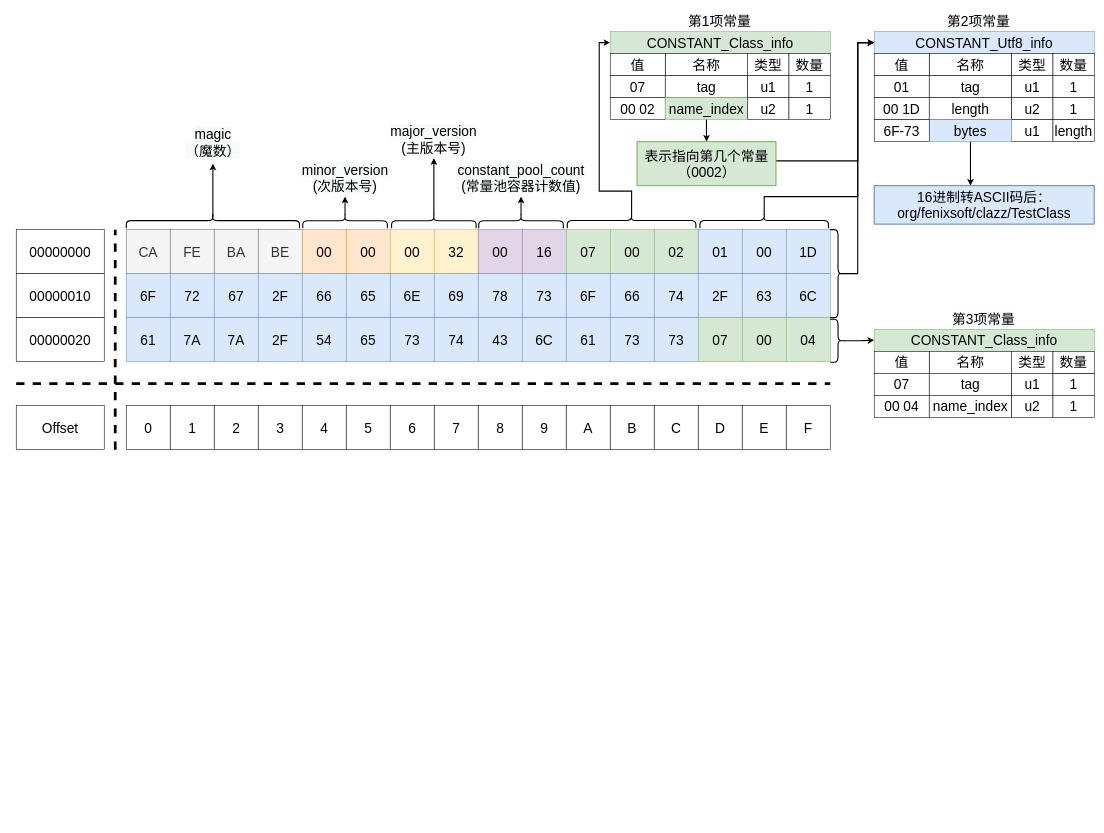
Before: 常量池/Untitled Diagram.drawio in zero-97/picture-of-the-article, a draw.io diagram. Source tidied: cells renumbered, new cells numbered last; positions are measured from the earlier drawing's top-left corner, leaving out a move shared by most shapes. Both pictures are drawn from the tidied source at 55%, with x=0, y=0 at pixel (16, 9).
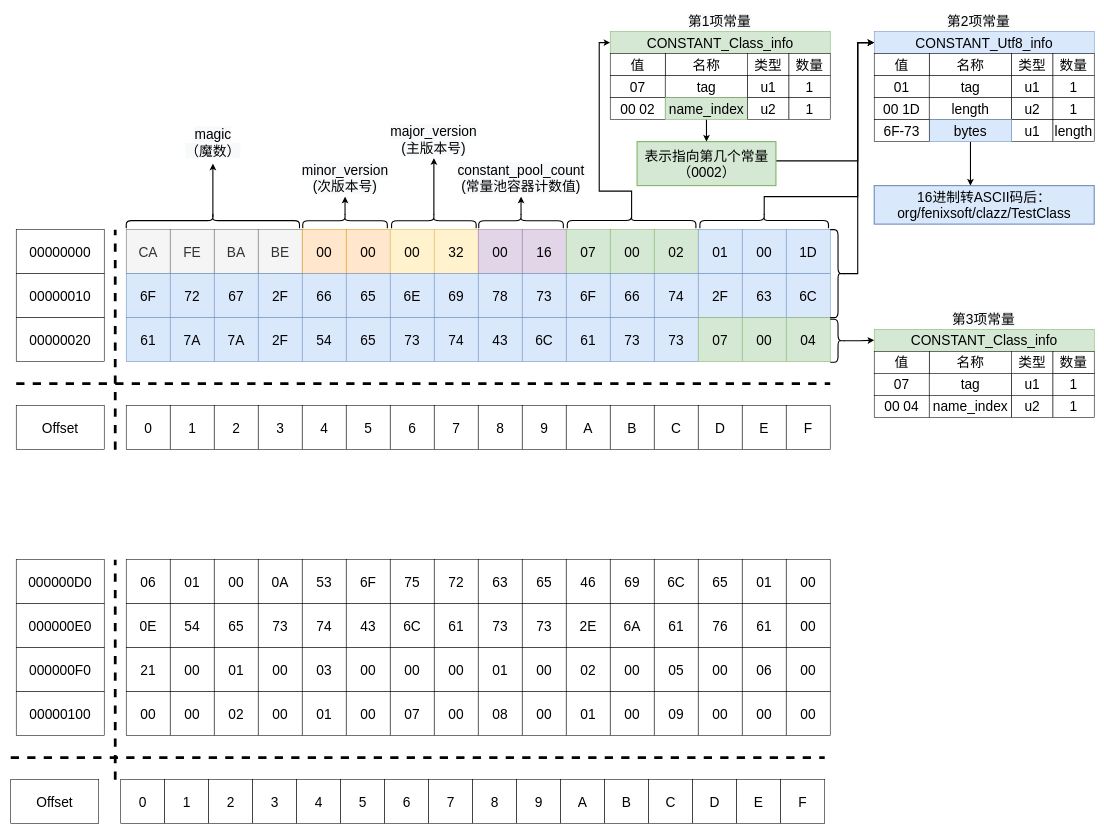
Above is the later version.

Diff of the diagram source:
```diff
@@
+    <mxCell id="157" value="06" style="whiteSpace=wrap;html=1;fontSize=25;" parent="1" vertex="1">
+      <mxGeometry x="200" y="1000" width="80" height="80" as="geometry" />
+    </mxCell>
+    <mxCell id="158" value="01" style="whiteSpace=wrap;html=1;fontSize=25;" parent="1" vertex="1">
+      <mxGeometry x="280" y="1000" width="80" height="80" as="geometry" />
+    </mxCell>
+    <mxCell id="159" value="00" style="whiteSpace=wrap;html=1;fontSize=25;" parent="1" vertex="1">
+      <mxGeometry x="360" y="1000" width="80" height="80" as="geometry" />
+    </mxCell>
+    <mxCell id="160" value="0A" style="whiteSpace=wrap;html=1;fontSize=25;" parent="1" vertex="1">
+      <mxGeometry x="440" y="1000" width="80" height="80" as="geometry" />
+    </mxCell>
+    <mxCell id="161" value="53" style="whiteSpace=wrap;html=1;fontSize=25;" parent="1" vertex="1">
+      <mxGeometry x="520" y="1000" width="80" height="80" as="geometry" />
+    </mxCell>
+    <mxCell id="162" value="6F" style="whiteSpace=wrap;html=1;fontSize=25;" parent="1" vertex="1">
+      <mxGeometry x="600" y="1000" width="80" height="80" as="geometry" />
+    </mxCell>
+    <mxCell id="163" value="75" style="whiteSpace=wrap;html=1;fontSize=25;" parent="1" vertex="1">
+      <mxGeometry x="680" y="1000" width="80" height="80" as="geometry" />
+    </mxCell>
+    <mxCell id="164" value="72" style="whiteSpace=wrap;html=1;fontSize=25;" parent="1" vertex="1">
+      <mxGeometry x="760" y="1000" width="80" height="80" as="geometry" />
+    </mxCell>
+    <mxCell id="165" value="63" style="whiteSpace=wrap;html=1;fontSize=25;" parent="1" vertex="1">
+      <mxGeometry x="840" y="1000" width="80" height="80" as="geometry" />
+    </mxCell>
+    <mxCell id="166" value="65" style="whiteSpace=wrap;html=1;fontSize=25;" parent="1" vertex="1">
+      <mxGeometry x="920" y="1000" width="80" height="80" as="geometry" />
+    </mxCell>
+    <mxCell id="167" value="46" style="whiteSpace=wrap;html=1;fontSize=25;" parent="1" vertex="1">
+      <mxGeometry x="1000" y="1000" width="80" height="80" as="geometry" />
+    </mxCell>
+    <mxCell id="168" value="69" style="whiteSpace=wrap;html=1;fontSize=25;" parent="1" vertex="1">
+      <mxGeometry x="1080" y="1000" width="80" height="80" as="geometry" />
+    </mxCell>
+    <mxCell id="169" value="0E" style="whiteSpace=wrap;html=1;fontSize=25;" parent="1" vertex="1">
+      <mxGeometry x="200" y="1080" width="80" height="80" as="geometry" />
+    </mxCell>
+    <mxCell id="170" value="54" style="whiteSpace=wrap;html=1;fontSize=25;" parent="1" vertex="1">
+      <mxGeometry x="280" y="1080" width="80" height="80" as="geometry" />
+    </mxCell>
+    <mxCell id="171" value="65" style="whiteSpace=wrap;html=1;fontSize=25;" parent="1" vertex="1">
+      <mxGeometry x="360" y="1080" width="80" height="80" as="geometry" />
+    </mxCell>
+    <mxCell id="172" value="73" style="whiteSpace=wrap;html=1;fontSize=25;" parent="1" vertex="1">
+      <mxGeometry x="440" y="1080" width="80" height="80" as="geometry" />
+    </mxCell>
+    <mxCell id="173" value="74" style="whiteSpace=wrap;html=1;fontSize=25;" parent="1" vertex="1">
+      <mxGeometry x="520" y="1080" width="80" height="80" as="geometry" />
+    </mxCell>
+    <mxCell id="174" value="43" style="whiteSpace=wrap;html=1;fontSize=25;" parent="1" vertex="1">
+      <mxGeometry x="600" y="1080" width="80" height="80" as="geometry" />
+    </mxCell>
+    <mxCell id="175" value="6C" style="whiteSpace=wrap;html=1;fontSize=25;" parent="1" vertex="1">
+      <mxGeometry x="680" y="1080" width="80" height="80" as="geometry" />
+    </mxCell>
+    <mxCell id="176" value="61" style="whiteSpace=wrap;html=1;fontSize=25;" parent="1" vertex="1">
+      <mxGeometry x="760" y="1080" width="80" height="80" as="geometry" />
+    </mxCell>
+    <mxCell id="177" value="73" style="whiteSpace=wrap;html=1;fontSize=25;" parent="1" vertex="1">
+      <mxGeometry x="840" y="1080" width="80" height="80" as="geometry" />
+    </mxCell>
+    <mxCell id="178" value="73" style="whiteSpace=wrap;html=1;fontSize=25;" parent="1" vertex="1">
+      <mxGeometry x="920" y="1080" width="80" height="80" as="geometry" />
+    </mxCell>
+    <mxCell id="179" value="2E" style="whiteSpace=wrap;html=1;fontSize=25;" parent="1" vertex="1">
+      <mxGeometry x="1000" y="1080" width="80" height="80" as="geometry" />
+    </mxCell>
+    <mxCell id="180" value="6A" style="whiteSpace=wrap;html=1;fontSize=25;" parent="1" vertex="1">
+      <mxGeometry x="1080" y="1080" width="80" height="80" as="geometry" />
+    </mxCell>
+    <mxCell id="181" value="21" style="whiteSpace=wrap;html=1;fontSize=25;" parent="1" vertex="1">
+      <mxGeometry x="200" y="1160" width="80" height="80" as="geometry" />
+    </mxCell>
+    <mxCell id="182" value="00" style="whiteSpace=wrap;html=1;fontSize=25;" parent="1" vertex="1">
+      <mxGeometry x="280" y="1160" width="80" height="80" as="geometry" />
+    </mxCell>
+    <mxCell id="183" value="01" style="whiteSpace=wrap;html=1;fontSize=25;" parent="1" vertex="1">
+      <mxGeometry x="360" y="1160" width="80" height="80" as="geometry" />
+    </mxCell>
+    <mxCell id="184" value="00" style="whiteSpace=wrap;html=1;fontSize=25;" parent="1" vertex="1">
+      <mxGeometry x="440" y="1160" width="80" height="80" as="geometry" />
+    </mxCell>
+    <mxCell id="185" value="03" style="whiteSpace=wrap;html=1;fontSize=25;" parent="1" vertex="1">
+      <mxGeometry x="520" y="1160" width="80" height="80" as="geometry" />
+    </mxCell>
+    <mxCell id="186" value="00" style="whiteSpace=wrap;html=1;fontSize=25;" parent="1" vertex="1">
+      <mxGeometry x="600" y="1160" width="80" height="80" as="geometry" />
+    </mxCell>
+    <mxCell id="187" value="00" style="whiteSpace=wrap;html=1;fontSize=25;" parent="1" vertex="1">
+      <mxGeometry x="680" y="1160" width="80" height="80" as="geometry" />
+    </mxCell>
+    <mxCell id="188" value="00" style="whiteSpace=wrap;html=1;fontSize=25;" parent="1" vertex="1">
+      <mxGeometry x="760" y="1160" width="80" height="80" as="geometry" />
+    </mxCell>
+    <mxCell id="189" value="01" style="whiteSpace=wrap;html=1;fontSize=25;" parent="1" vertex="1">
+      <mxGeometry x="840" y="1160" width="80" height="80" as="geometry" />
+    </mxCell>
+    <mxCell id="190" value="00" style="whiteSpace=wrap;html=1;fontSize=25;" parent="1" vertex="1">
+      <mxGeometry x="920" y="1160" width="80" height="80" as="geometry" />
+    </mxCell>
+    <mxCell id="191" value="02" style="whiteSpace=wrap;html=1;fontSize=25;" parent="1" vertex="1">
+      <mxGeometry x="1000" y="1160" width="80" height="80" as="geometry" />
+    </mxCell>
+    <mxCell id="192" value="00" style="whiteSpace=wrap;html=1;fontSize=25;" parent="1" vertex="1">
+      <mxGeometry x="1080" y="1160" width="80" height="80" as="geometry" />
+    </mxCell>
+    <mxCell id="193" value="6C" style="whiteSpace=wrap;html=1;fontSize=25;" parent="1" vertex="1">
+      <mxGeometry x="1160" y="1000" width="80" height="80" as="geometry" />
+    </mxCell>
+    <mxCell id="194" value="65" style="whiteSpace=wrap;html=1;fontSize=25;" parent="1" vertex="1">
+      <mxGeometry x="1240" y="1000" width="80" height="80" as="geometry" />
+    </mxCell>
+    <mxCell id="195" value="01" style="whiteSpace=wrap;html=1;fontSize=25;" parent="1" vertex="1">
+      <mxGeometry x="1320" y="1000" width="80" height="80" as="geometry" />
+    </mxCell>
+    <mxCell id="196" value="00" style="whiteSpace=wrap;html=1;fontSize=25;" parent="1" vertex="1">
+      <mxGeometry x="1400" y="1000" width="80" height="80" as="geometry" />
+    </mxCell>
+    <mxCell id="197" value="61" style="whiteSpace=wrap;html=1;fontSize=25;" parent="1" vertex="1">
+      <mxGeometry x="1160" y="1080" width="80" height="80" as="geometry" />
+    </mxCell>
+    <mxCell id="198" value="76" style="whiteSpace=wrap;html=1;fontSize=25;" parent="1" vertex="1">
+      <mxGeometry x="1240" y="1080" width="80" height="80" as="geometry" />
+    </mxCell>
+    <mxCell id="199" value="61" style="whiteSpace=wrap;html=1;fontSize=25;" parent="1" vertex="1">
+      <mxGeometry x="1320" y="1080" width="80" height="80" as="geometry" />
+    </mxCell>
+    <mxCell id="200" value="00" style="whiteSpace=wrap;html=1;fontSize=25;" parent="1" vertex="1">
+      <mxGeometry x="1400" y="1080" width="80" height="80" as="geometry" />
+    </mxCell>
+    <mxCell id="201" value="05" style="whiteSpace=wrap;html=1;fontSize=25;" parent="1" vertex="1">
+      <mxGeometry x="1160" y="1160" width="80" height="80" as="geometry" />
+    </mxCell>
+    <mxCell id="202" value="00" style="whiteSpace=wrap;html=1;fontSize=25;" parent="1" vertex="1">
+      <mxGeometry x="1240" y="1160" width="80" height="80" as="geometry" />
+    </mxCell>
+    <mxCell id="203" value="06" style="whiteSpace=wrap;html=1;fontSize=25;" parent="1" vertex="1">
+      <mxGeometry x="1320" y="1160" width="80" height="80" as="geometry" />
+    </mxCell>
+    <mxCell id="204" value="00" style="whiteSpace=wrap;html=1;fontSize=25;" parent="1" vertex="1">
+      <mxGeometry x="1400" y="1160" width="80" height="80" as="geometry" />
+    </mxCell>
+    <mxCell id="205" style="edgeStyle=orthogonalEdgeStyle;rounded=0;orthogonalLoop=1;jettySize=auto;html=1;exitX=0.5;exitY=1;exitDx=0;exitDy=0;fontSize=25;" parent="1" edge="1" source="165" target="165">
+      <mxGeometry relative="1" as="geometry" />
+    </mxCell>
+    <mxCell id="206" style="group;" parent="1" vertex="1">
+      <mxGeometry x="190" y="1400" width="1280" height="80" as="geometry" />
+    </mxCell>
+    <mxCell id="207" value="0" style="whiteSpace=wrap;html=1;fontSize=25;" parent="206" vertex="1">
+      <mxGeometry width="80" height="80" as="geometry" />
+    </mxCell>
+    <mxCell id="208" value="1" style="whiteSpace=wrap;html=1;fontSize=25;" parent="206" vertex="1">
+      <mxGeometry x="80" width="80" height="80" as="geometry" />
+    </mxCell>
+    <mxCell id="209" value="2" style="whiteSpace=wrap;html=1;fontSize=25;" parent="206" vertex="1">
+      <mxGeometry x="160" width="80" height="80" as="geometry" />
+    </mxCell>
+    <mxCell id="210" value="3" style="whiteSpace=wrap;html=1;fontSize=25;" parent="206" vertex="1">
+      <mxGeometry x="240" width="80" height="80" as="geometry" />
+    </mxCell>
+    <mxCell id="211" value="4" style="whiteSpace=wrap;html=1;fontSize=25;" parent="206" vertex="1">
+      <mxGeometry x="320" width="80" height="80" as="geometry" />
+    </mxCell>
+    <mxCell id="212" value="5" style="whiteSpace=wrap;html=1;fontSize=25;" parent="206" vertex="1">
+      <mxGeometry x="400" width="80" height="80" as="geometry" />
+    </mxCell>
+    <mxCell id="213" value="6" style="whiteSpace=wrap;html=1;fontSize=25;" parent="206" vertex="1">
+      <mxGeometry x="480" width="80" height="80" as="geometry" />
+    </mxCell>
+    <mxCell id="214" value="7" style="whiteSpace=wrap;html=1;fontSize=25;" parent="206" vertex="1">
+      <mxGeometry x="560" width="80" height="80" as="geometry" />
+    </mxCell>
+    <mxCell id="215" value="8" style="whiteSpace=wrap;html=1;fontSize=25;" parent="206" vertex="1">
+      <mxGeometry x="640" width="80" height="80" as="geometry" />
+    </mxCell>
+    <mxCell id="216" value="9" style="whiteSpace=wrap;html=1;fontSize=25;" parent="206" vertex="1">
+      <mxGeometry x="720" width="80" height="80" as="geometry" />
+    </mxCell>
+    <mxCell id="217" value="A" style="whiteSpace=wrap;html=1;fontSize=25;" parent="206" vertex="1">
+      <mxGeometry x="800" width="80" height="80" as="geometry" />
+    </mxCell>
+    <mxCell id="218" value="B" style="whiteSpace=wrap;html=1;fontSize=25;" parent="206" vertex="1">
+      <mxGeometry x="880" width="80" height="80" as="geometry" />
+    </mxCell>
+    <mxCell id="219" value="C" style="whiteSpace=wrap;html=1;fontSize=25;" parent="206" vertex="1">
+      <mxGeometry x="960" width="80" height="80" as="geometry" />
+    </mxCell>
+    <mxCell id="220" value="D" style="whiteSpace=wrap;html=1;fontSize=25;" parent="206" vertex="1">
+      <mxGeometry x="1040" width="80" height="80" as="geometry" />
+    </mxCell>
+    <mxCell id="221" value="E" style="whiteSpace=wrap;html=1;fontSize=25;" parent="206" vertex="1">
+      <mxGeometry x="1120" width="80" height="80" as="geometry" />
+    </mxCell>
+    <mxCell id="222" value="F" style="whiteSpace=wrap;html=1;fontSize=25;" parent="206" vertex="1">
+      <mxGeometry x="1200" width="80" height="80" as="geometry" />
+    </mxCell>
+    <mxCell id="223" style="group;" parent="1" vertex="1">
+      <mxGeometry y="1000" width="160" height="240" as="geometry" />
+    </mxCell>
+    <mxCell id="224" value="000000D0" style="rounded=0;whiteSpace=wrap;html=1;fontSize=25;" parent="223" vertex="1">
+      <mxGeometry width="160" height="80" as="geometry" />
+    </mxCell>
+    <mxCell id="225" value="000000E0" style="rounded=0;whiteSpace=wrap;html=1;fontSize=25;" parent="223" vertex="1">
+      <mxGeometry y="80" width="160" height="80" as="geometry" />
+    </mxCell>
+    <mxCell id="226" value="000000F0" style="rounded=0;whiteSpace=wrap;html=1;fontSize=25;" parent="223" vertex="1">
+      <mxGeometry y="160" width="160" height="80" as="geometry" />
+    </mxCell>
+    <mxCell id="227" value="Offset" style="rounded=0;whiteSpace=wrap;html=1;fontSize=25;" parent="1" vertex="1">
+      <mxGeometry x="-10" y="1400" width="160" height="80" as="geometry" />
+    </mxCell>
+    <mxCell id="228" style="endArrow=none;dashed=1;html=1;rounded=0;fontSize=20;strokeColor=#000000;strokeWidth=5;" parent="1" edge="1">
+      <mxGeometry relative="1" as="geometry">
+        <mxPoint x="-10" y="1360" as="sourcePoint" />
+        <mxPoint x="1470" y="1360" as="targetPoint" />
+      </mxGeometry>
+    </mxCell>
+    <mxCell id="229" style="endArrow=none;dashed=1;html=1;rounded=0;fontSize=20;strokeColor=#000000;strokeWidth=5;" parent="1" edge="1">
+      <mxGeometry relative="1" as="geometry">
+        <mxPoint x="180" y="1400" as="sourcePoint" />
+        <mxPoint x="180" y="1000" as="targetPoint" />
+      </mxGeometry>
+    </mxCell>
+    <mxCell id="230" value="00000100" style="rounded=0;whiteSpace=wrap;html=1;fontSize=25;" parent="1" vertex="1">
+      <mxGeometry y="1240" width="160" height="80" as="geometry" />
+    </mxCell>
+    <mxCell id="231" value="00" style="whiteSpace=wrap;html=1;fontSize=25;" parent="1" vertex="1">
+      <mxGeometry x="200" y="1240" width="80" height="80" as="geometry" />
+    </mxCell>
+    <mxCell id="232" value="00" style="whiteSpace=wrap;html=1;fontSize=25;" parent="1" vertex="1">
+      <mxGeometry x="280" y="1240" width="80" height="80" as="geometry" />
+    </mxCell>
+    <mxCell id="233" value="02" style="whiteSpace=wrap;html=1;fontSize=25;" parent="1" vertex="1">
+      <mxGeometry x="360" y="1240" width="80" height="80" as="geometry" />
+    </mxCell>
+    <mxCell id="234" value="00" style="whiteSpace=wrap;html=1;fontSize=25;" parent="1" vertex="1">
+      <mxGeometry x="440" y="1240" width="80" height="80" as="geometry" />
+    </mxCell>
+    <mxCell id="235" value="01" style="whiteSpace=wrap;html=1;fontSize=25;" parent="1" vertex="1">
+      <mxGeometry x="520" y="1240" width="80" height="80" as="geometry" />
+    </mxCell>
+    <mxCell id="236" value="00" style="whiteSpace=wrap;html=1;fontSize=25;" parent="1" vertex="1">
+      <mxGeometry x="600" y="1240" width="80" height="80" as="geometry" />
+    </mxCell>
+    <mxCell id="237" value="07" style="whiteSpace=wrap;html=1;fontSize=25;" parent="1" vertex="1">
+      <mxGeometry x="680" y="1240" width="80" height="80" as="geometry" />
+    </mxCell>
+    <mxCell id="238" value="00" style="whiteSpace=wrap;html=1;fontSize=25;" parent="1" vertex="1">
+      <mxGeometry x="760" y="1240" width="80" height="80" as="geometry" />
+    </mxCell>
+    <mxCell id="239" value="08" style="whiteSpace=wrap;html=1;fontSize=25;" parent="1" vertex="1">
+      <mxGeometry x="840" y="1240" width="80" height="80" as="geometry" />
+    </mxCell>
+    <mxCell id="240" value="00" style="whiteSpace=wrap;html=1;fontSize=25;" parent="1" vertex="1">
+      <mxGeometry x="920" y="1240" width="80" height="80" as="geometry" />
+    </mxCell>
+    <mxCell id="241" value="01" style="whiteSpace=wrap;html=1;fontSize=25;" parent="1" vertex="1">
+      <mxGeometry x="1000" y="1240" width="80" height="80" as="geometry" />
+    </mxCell>
+    <mxCell id="242" value="00" style="whiteSpace=wrap;html=1;fontSize=25;" parent="1" vertex="1">
+      <mxGeometry x="1080" y="1240" width="80" height="80" as="geometry" />
+    </mxCell>
+    <mxCell id="243" value="09" style="whiteSpace=wrap;html=1;fontSize=25;" parent="1" vertex="1">
+      <mxGeometry x="1160" y="1240" width="80" height="80" as="geometry" />
+    </mxCell>
+    <mxCell id="244" value="00" style="whiteSpace=wrap;html=1;fontSize=25;" parent="1" vertex="1">
+      <mxGeometry x="1240" y="1240" width="80" height="80" as="geometry" />
+    </mxCell>
+    <mxCell id="245" value="00" style="whiteSpace=wrap;html=1;fontSize=25;" parent="1" vertex="1">
+      <mxGeometry x="1320" y="1240" width="80" height="80" as="geometry" />
+    </mxCell>
+    <mxCell id="246" value="00" style="whiteSpace=wrap;html=1;fontSize=25;" parent="1" vertex="1">
+      <mxGeometry x="1400" y="1240" width="80" height="80" as="geometry" />
+    </mxCell>
```
